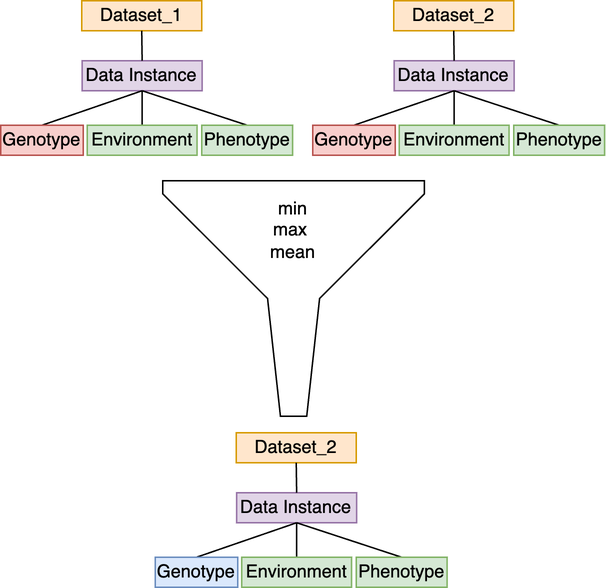
Earlier version of the draw.io export notes/assets/drawio/data-duplication-example-scenario.drawio.png (Mjvolk3/torchcell). Source tidied: cells renumbered, new cells last; positions are measured from the earlier drawing's top-left corner, leaving out a move shared by most shapes.
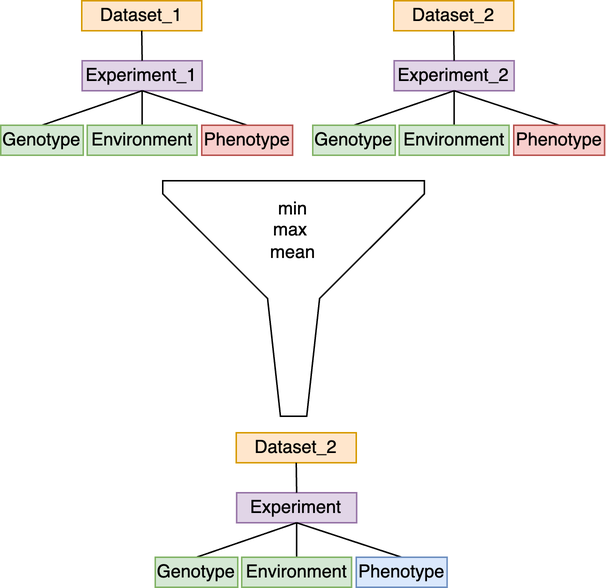
Later version of the same file.

Change to the diagram source:
```diff
@@ -2,13 +2,13 @@
   <root>
     <mxCell id="0" />
     <mxCell id="1" parent="0" />
-    <mxCell id="2" value="Data Instance" style="rounded=0;whiteSpace=wrap;html=1;fillColor=#e1d5e7;strokeColor=#9673a6;" parent="1" vertex="1">
+    <mxCell id="2" value="Experiment_1" style="rounded=0;whiteSpace=wrap;html=1;fillColor=#e1d5e7;strokeColor=#9673a6;" parent="1" vertex="1">
       <mxGeometry x="54.3" y="40" width="80" height="20" as="geometry" />
     </mxCell>
     <mxCell id="3" style="edgeStyle=none;html=1;exitX=0.5;exitY=0;exitDx=0;exitDy=0;entryX=0.5;entryY=1;entryDx=0;entryDy=0;endSize=4;endArrow=none;endFill=0;" parent="1" edge="1" source="4" target="2">
       <mxGeometry relative="1" as="geometry" />
     </mxCell>
-    <mxCell id="4" value="Genotype" style="rounded=0;whiteSpace=wrap;html=1;fillColor=#f8cecc;strokeColor=#b85450;" parent="1" vertex="1">
+    <mxCell id="4" value="Genotype" style="rounded=0;whiteSpace=wrap;html=1;fillColor=#d5e8d4;strokeColor=#82b366;" parent="1" vertex="1">
       <mxGeometry y="83" width="55" height="20" as="geometry" />
     </mxCell>
     <mxCell id="5" style="edgeStyle=none;html=1;exitX=0.5;exitY=0;exitDx=0;exitDy=0;endSize=4;endArrow=none;endFill=0;entryX=0.5;entryY=1;entryDx=0;entryDy=0;" parent="1" edge="1" source="6" target="2">
@@ -20,16 +20,16 @@
     <mxCell id="7" style="edgeStyle=none;html=1;exitX=0.5;exitY=0;exitDx=0;exitDy=0;endSize=4;endArrow=none;endFill=0;entryX=0.5;entryY=1;entryDx=0;entryDy=0;" parent="1" edge="1" source="8" target="2">
       <mxGeometry relative="1" as="geometry" />
     </mxCell>
-    <mxCell id="8" value="Phenotype" style="rounded=0;whiteSpace=wrap;html=1;fillColor=#d5e8d4;strokeColor=#82b366;" parent="1" vertex="1">
+    <mxCell id="8" value="Phenotype" style="rounded=0;whiteSpace=wrap;html=1;fillColor=#f8cecc;strokeColor=#b85450;" parent="1" vertex="1">
       <mxGeometry x="134" y="83" width="60.6" height="20" as="geometry" />
     </mxCell>
-    <mxCell id="9" value="Data Instance" style="rounded=0;whiteSpace=wrap;html=1;fillColor=#e1d5e7;strokeColor=#9673a6;" parent="1" vertex="1">
+    <mxCell id="9" value="Experiment_2" style="rounded=0;whiteSpace=wrap;html=1;fillColor=#e1d5e7;strokeColor=#9673a6;" parent="1" vertex="1">
       <mxGeometry x="262.3" y="40" width="80" height="20" as="geometry" />
     </mxCell>
     <mxCell id="10" style="edgeStyle=none;html=1;exitX=0.5;exitY=0;exitDx=0;exitDy=0;entryX=0.5;entryY=1;entryDx=0;entryDy=0;endSize=4;endArrow=none;endFill=0;" parent="1" edge="1" source="11" target="9">
       <mxGeometry relative="1" as="geometry" />
     </mxCell>
-    <mxCell id="11" value="Genotype" style="rounded=0;whiteSpace=wrap;html=1;fillColor=#f8cecc;strokeColor=#b85450;" parent="1" vertex="1">
+    <mxCell id="11" value="Genotype" style="rounded=0;whiteSpace=wrap;html=1;fillColor=#d5e8d4;strokeColor=#82b366;" parent="1" vertex="1">
       <mxGeometry x="208" y="83" width="55" height="20" as="geometry" />
     </mxCell>
     <mxCell id="12" style="edgeStyle=none;html=1;exitX=0.5;exitY=0;exitDx=0;exitDy=0;endSize=4;endArrow=none;endFill=0;entryX=0.5;entryY=1;entryDx=0;entryDy=0;" parent="1" edge="1" source="13" target="9">
@@ -41,7 +41,7 @@
     <mxCell id="14" style="edgeStyle=none;html=1;exitX=0.5;exitY=0;exitDx=0;exitDy=0;endSize=4;endArrow=none;endFill=0;entryX=0.5;entryY=1;entryDx=0;entryDy=0;" parent="1" edge="1" source="15" target="9">
       <mxGeometry relative="1" as="geometry" />
     </mxCell>
-    <mxCell id="15" value="Phenotype" style="rounded=0;whiteSpace=wrap;html=1;fillColor=#d5e8d4;strokeColor=#82b366;" parent="1" vertex="1">
+    <mxCell id="15" value="Phenotype" style="rounded=0;whiteSpace=wrap;html=1;fillColor=#f8cecc;strokeColor=#b85450;" parent="1" vertex="1">
       <mxGeometry x="342" y="83" width="60.6" height="20" as="geometry" />
     </mxCell>
     <mxCell id="16" value="Dataset_1" style="rounded=0;whiteSpace=wrap;html=1;fillColor=#ffe6cc;strokeColor=#d79b00;" parent="1" vertex="1">
@@ -56,13 +56,13 @@
     <mxCell id="19" style="edgeStyle=none;html=1;exitX=0.5;exitY=0;exitDx=0;exitDy=0;endSize=4;endArrow=none;endFill=0;entryX=0.5;entryY=1;entryDx=0;entryDy=0;" parent="1" edge="1" source="2" target="16">
       <mxGeometry relative="1" as="geometry" />
     </mxCell>
-    <mxCell id="20" value="Data Instance" style="rounded=0;whiteSpace=wrap;html=1;fillColor=#e1d5e7;strokeColor=#9673a6;" parent="1" vertex="1">
+    <mxCell id="20" value="Experiment" style="rounded=0;whiteSpace=wrap;html=1;fillColor=#e1d5e7;strokeColor=#9673a6;" parent="1" vertex="1">
       <mxGeometry x="157.3" y="328" width="80" height="20" as="geometry" />
     </mxCell>
     <mxCell id="21" style="edgeStyle=none;html=1;exitX=0.5;exitY=0;exitDx=0;exitDy=0;entryX=0.5;entryY=1;entryDx=0;entryDy=0;endSize=4;endArrow=none;endFill=0;" parent="1" edge="1" source="22" target="20">
       <mxGeometry relative="1" as="geometry" />
     </mxCell>
-    <mxCell id="22" value="Genotype" style="rounded=0;whiteSpace=wrap;html=1;fillColor=#dae8fc;strokeColor=#6c8ebf;" parent="1" vertex="1">
+    <mxCell id="22" value="Genotype" style="rounded=0;whiteSpace=wrap;html=1;fillColor=#d5e8d4;strokeColor=#82b366;" parent="1" vertex="1">
       <mxGeometry x="103" y="371" width="55" height="20" as="geometry" />
     </mxCell>
     <mxCell id="23" style="edgeStyle=none;html=1;exitX=0.5;exitY=0;exitDx=0;exitDy=0;endSize=4;endArrow=none;endFill=0;entryX=0.5;entryY=1;entryDx=0;entryDy=0;" parent="1" edge="1" source="24" target="20">
@@ -74,7 +74,7 @@
     <mxCell id="25" style="edgeStyle=none;html=1;exitX=0.5;exitY=0;exitDx=0;exitDy=0;endSize=4;endArrow=none;endFill=0;entryX=0.5;entryY=1;entryDx=0;entryDy=0;" parent="1" edge="1" source="26" target="20">
       <mxGeometry relative="1" as="geometry" />
     </mxCell>
-    <mxCell id="26" value="Phenotype" style="rounded=0;whiteSpace=wrap;html=1;fillColor=#d5e8d4;strokeColor=#82b366;" parent="1" vertex="1">
+    <mxCell id="26" value="Phenotype" style="rounded=0;whiteSpace=wrap;html=1;fillColor=#dae8fc;strokeColor=#6c8ebf;" parent="1" vertex="1">
       <mxGeometry x="237" y="371" width="60.6" height="20" as="geometry" />
     </mxCell>
     <mxCell id="27" value="Dataset_2" style="rounded=0;whiteSpace=wrap;html=1;fillColor=#ffe6cc;strokeColor=#d79b00;" parent="1" vertex="1">
```
